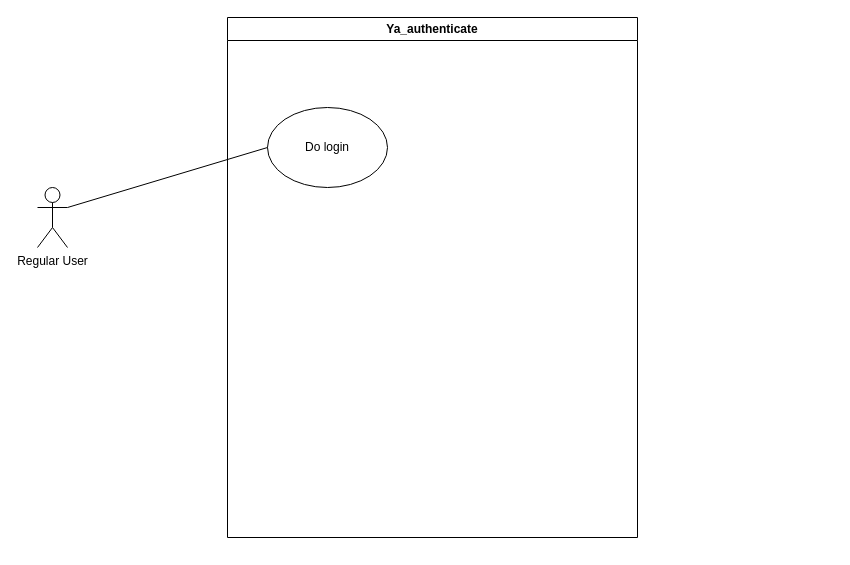
This is scaffold/basic-authentication.drawio from dnanseldev/yu-authenticate, a draw.io file, before an edit. Source tidied: cells renumbered, new cells numbered last; positions are measured from the earlier drawing's top-left corner, leaving out a move shared by most shapes. Both pictures are drawn from the tidied source at 100%, with x=0, y=0 at pixel (37, 17).
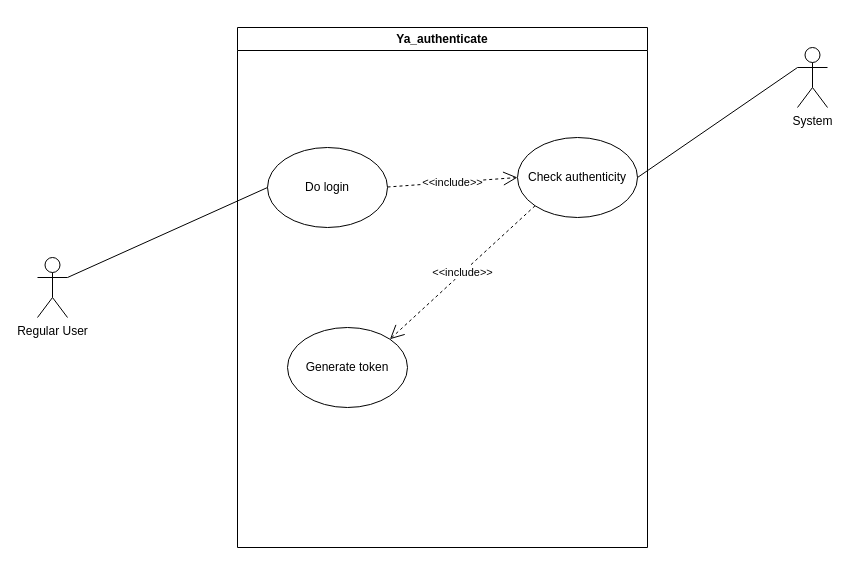
The same page after the edit.

Change to the diagram source:
```diff
@@
 <mxGraphModel>
   <root>
     <mxCell id="0" />
     <mxCell id="1" parent="0" />
     <mxCell id="2" value="Ya_authenticate" style="swimlane;whiteSpace=wrap;html=1;" parent="1" vertex="1">
-      <mxGeometry x="190" width="410" height="520" as="geometry" />
+      <mxGeometry x="200" y="10" width="410" height="520" as="geometry" />
     </mxCell>
     <mxCell id="3" value="Do login" style="ellipse;whiteSpace=wrap;html=1;" parent="2" vertex="1">
-      <mxGeometry x="40" y="90" width="120" height="80" as="geometry" />
+      <mxGeometry x="30" y="120" width="120" height="80" as="geometry" />
     </mxCell>
+    <mxCell id="6" value="Check authenticity" style="ellipse;whiteSpace=wrap;html=1;" parent="2" vertex="1">
+      <mxGeometry x="280" y="110" width="120" height="80" as="geometry" />
+    </mxCell>
+    <mxCell id="7" value="&amp;lt;&amp;lt;include&amp;gt;&amp;gt;" style="endArrow=open;endSize=12;dashed=1;html=1;rounded=0;entryX=0;entryY=0.5;entryDx=0;entryDy=0;" parent="2" edge="1" target="6">
+      <mxGeometry relative="1" as="geometry">
+        <mxPoint x="150" y="159.5" as="sourcePoint" />
+      </mxGeometry>
+    </mxCell>
+    <mxCell id="8" value="Generate token" style="ellipse;whiteSpace=wrap;html=1;" parent="2" vertex="1">
+      <mxGeometry x="50" y="300" width="120" height="80" as="geometry" />
+    </mxCell>
+    <mxCell id="9" value="&amp;lt;&amp;lt;include&amp;gt;&amp;gt;" style="endArrow=open;endSize=12;dashed=1;html=1;rounded=0;entryX=1;entryY=0;entryDx=0;entryDy=0;exitX=0;exitY=1;exitDx=0;exitDy=0;" parent="2" edge="1" source="6" target="8">
+      <mxGeometry relative="1" as="geometry" />
+    </mxCell>
     <mxCell id="4" value="Regular User" style="shape=umlActor;verticalLabelPosition=bottom;verticalAlign=top;html=1;outlineConnect=0;" parent="1" vertex="1">
-      <mxGeometry y="170" width="30" height="60" as="geometry" />
+      <mxGeometry y="240" width="30" height="60" as="geometry" />
     </mxCell>
     <mxCell id="5" style="endArrow=none;html=1;rounded=0;entryX=0;entryY=0.5;entryDx=0;entryDy=0;exitX=1;exitY=0.3333333333333333;exitDx=0;exitDy=0;exitPerimeter=0;" parent="1" edge="1" source="4" target="3">
       <mxGeometry relative="1" as="geometry" />
     </mxCell>
+    <mxCell id="10" value="System" style="shape=umlActor;verticalLabelPosition=bottom;verticalAlign=top;html=1;" parent="1" vertex="1">
+      <mxGeometry x="760" y="30" width="30" height="60" as="geometry" />
+    </mxCell>
+    <mxCell id="11" style="endArrow=none;html=1;rounded=0;exitX=1;exitY=0.5;exitDx=0;exitDy=0;entryX=0;entryY=0.3333333333333333;entryDx=0;entryDy=0;entryPerimeter=0;" parent="1" edge="1" source="6" target="10">
+      <mxGeometry relative="1" as="geometry" />
+    </mxCell>
   </root>
 </mxGraphModel>
```
